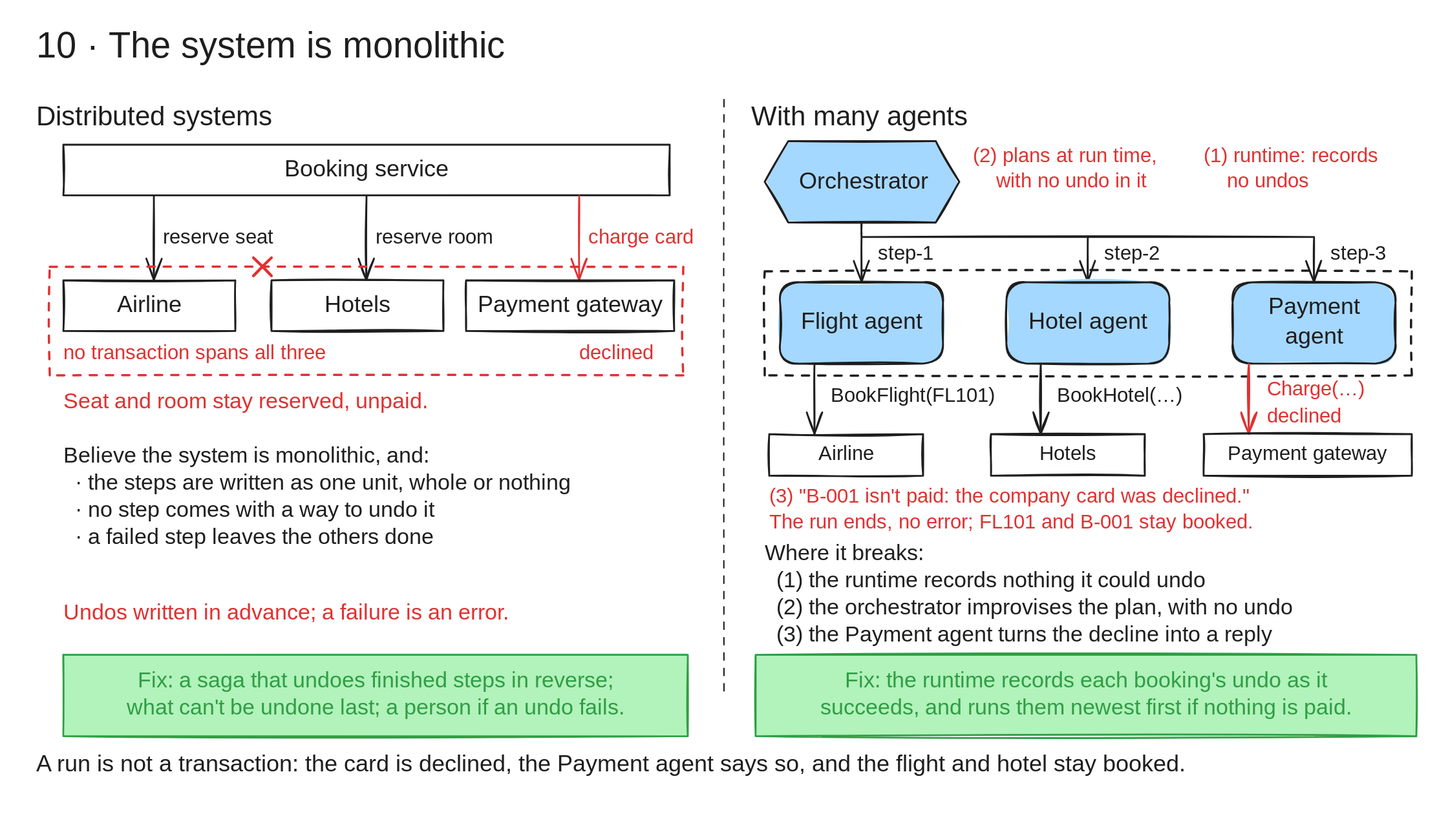
Above: fallacies/10-system-is-monolithic/diagram.excalidraw.svg in cdiazal/fallacies-of-distributed-agents (Excalidraw), before the change. Source tidied: one line per element, renumbered; positions are measured from the earlier drawing's top-left corner, leaving out a move shared by most shapes.
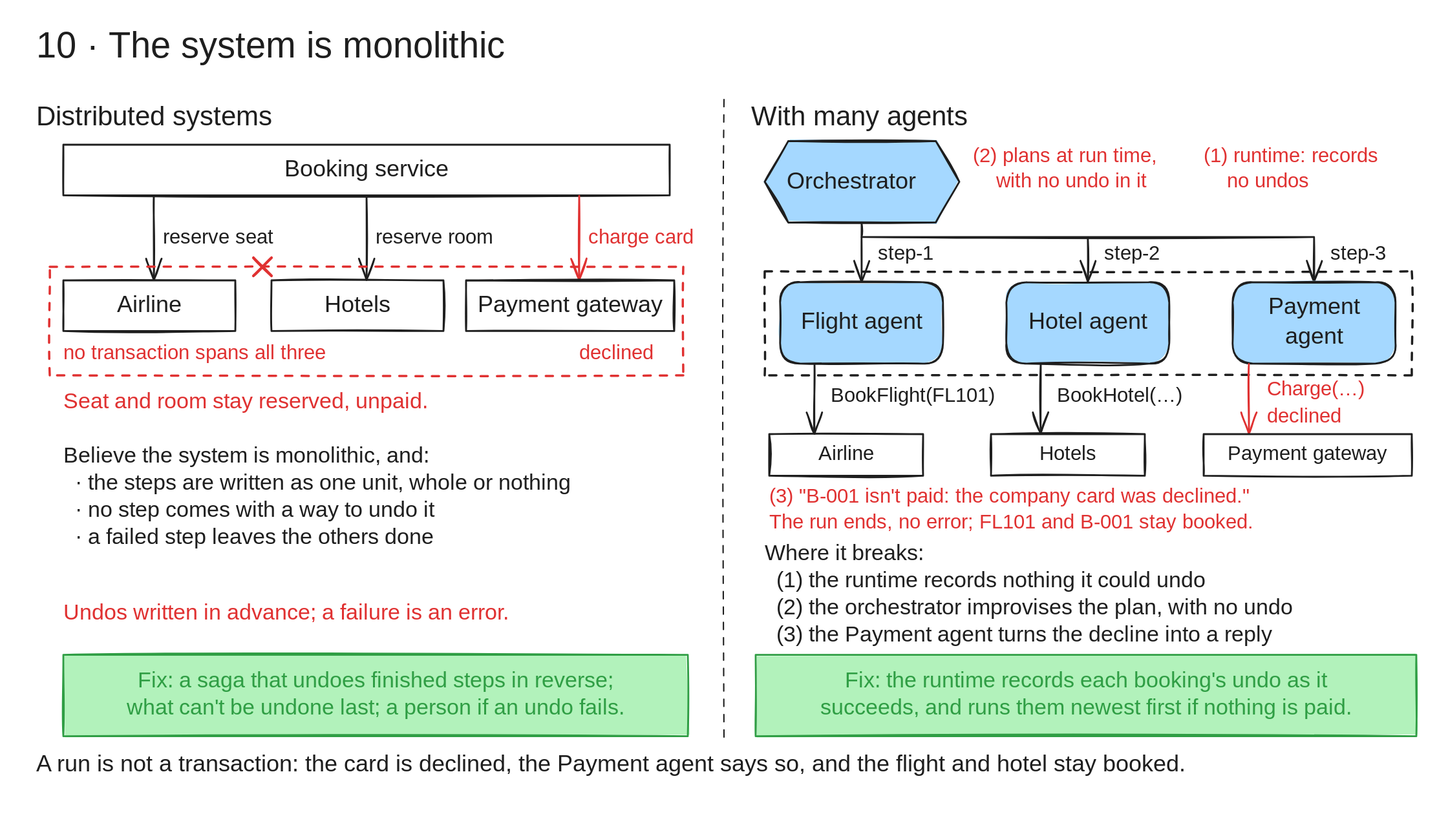
Above is the later version.

Diff of the diagram source:
```diff
@@ -1,8 +1,8 @@
 {"id": 0, "type": "text", "text": "10 · The system is monolithic", "strokeColor": "#1e1e1e", "strokeWidth": 2, "roughness": 1, "fontSize": 40, "fontFamily": 5, "x": 40, "y": 28, "width": 565, "height": 50}
 {"id": 1, "type": "text", "text": "Distributed systems", "strokeColor": "#1e1e1e", "strokeWidth": 2, "roughness": 1, "fontSize": 30, "fontFamily": 5, "x": 40, "y": 112, "width": 297, "height": 38}
 {"id": 2, "type": "text", "text": "With many agents", "strokeColor": "#1e1e1e", "strokeWidth": 2, "roughness": 1, "fontSize": 30, "fontFamily": 5, "x": 830, "y": 112, "width": 256, "height": 38}
-{"id": 3, "type": "line", "strokeColor": "#1e1e1e", "strokeWidth": 1, "strokeStyle": "dashed", "roughness": 1, "x": 800, "y": 110, "width": 0, "height": 660, "points": [[0, 0], [0, 660]]}
+{"id": 3, "type": "line", "strokeColor": "#1e1e1e", "strokeWidth": 1, "strokeStyle": "dashed", "roughness": 1, "x": 800, "y": 110, "width": 0, "height": 705, "points": [[0, 0], [0, 705]]}
-{"id": 4, "type": "text", "text": "A run is not a transaction: the card is declined, the Payment agent says so, and the flight and hotel stay booked.", "strokeColor": "#1e1e1e", "strokeWidth": 2, "roughness": 1, "fontSize": 26, "fontFamily": 5, "x": 40, "y": 830, "width": 1460, "height": 32}
+{"id": 4, "type": "text", "text": "A run is not a transaction: the card is declined, the Payment agent says so, and the flight and hotel stay booked.", "strokeColor": "#1e1e1e", "strokeWidth": 2, "roughness": 1, "fontSize": 26, "fontFamily": 5, "x": 40, "y": 830, "width": 1458, "height": 32}
 {"id": 5, "type": "rectangle", "strokeColor": "#1e1e1e", "strokeWidth": 2, "roughness": 1, "x": 70, "y": 160, "width": 670, "height": 56}
 {"id": 6, "type": "arrow", "strokeColor": "#1e1e1e", "strokeWidth": 2, "roughness": 1, "endArrowhead": "arrow", "x": 170, "y": 216, "width": 0, "height": 93, "points": [[0, 0], [0, 93]]}
 {"id": 7, "type": "arrow", "strokeColor": "#1e1e1e", "strokeWidth": 2, "roughness": 1, "endArrowhead": "arrow", "x": 405, "y": 216, "width": 0, "height": 93, "points": [[0, 0], [0, 93]]}
@@ -20,10 +20,10 @@
 {"id": 19, "type": "text", "text": "declined", "strokeColor": "#e03131", "strokeWidth": 2, "roughness": 1, "fontSize": 22, "fontFamily": 5, "x": 640, "y": 378, "width": 83, "height": 28}
 {"id": 20, "type": "text", "text": "Seat and room stay reserved, unpaid.", "strokeColor": "#e03131", "strokeWidth": 2, "roughness": 1, "fontSize": 24, "fontFamily": 5, "x": 70, "y": 430, "width": 435, "height": 30}
 {"id": 21, "type": "text", "text": "Believe the system is monolithic, and:\n  · the steps are written as one unit, whole or nothing\n  · no step comes with a way to undo it\n  · a failed step leaves the others done", "strokeColor": "#1e1e1e", "strokeWidth": 2, "roughness": 1, "fontSize": 24, "fontFamily": 5, "x": 70, "y": 490, "width": 637, "height": 120}
-{"id": 22, "type": "text", "text": "Undos written in advance; a failure is an error.", "strokeColor": "#e03131", "strokeWidth": 2, "roughness": 1, "fontSize": 24, "fontFamily": 5, "x": 70, "y": 664, "width": 545, "height": 30}
+{"id": 22, "type": "text", "text": "Undos written in advance; a failure is an error.", "strokeColor": "#e03131", "strokeWidth": 2, "roughness": 1, "fontSize": 24, "fontFamily": 5, "x": 70, "y": 664, "width": 542, "height": 30}
 {"id": 23, "type": "rectangle", "strokeColor": "#2f9e44", "backgroundColor": "#b2f2bb", "fillStyle": "solid", "strokeWidth": 2, "roughness": 1, "x": 70, "y": 724, "width": 690, "height": 90}
 {"id": 24, "type": "line", "strokeColor": "#1e1e1e", "backgroundColor": "#a5d8ff", "fillStyle": "solid", "strokeWidth": 2, "roughness": 1, "x": 871, "y": 156, "width": 215, "height": 90, "points": [[0, 0], [163, 0], [189, 45], [163, 90], [0, 90], [-26, 45], [0, 0]]}
-{"id": 25, "type": "text", "text": "Orchestrator", "strokeColor": "#1e1e1e", "strokeWidth": 2, "roughness": 1, "fontSize": 26, "fontFamily": 5, "x": 883, "y": 186, "width": 166, "height": 32}
+{"id": 25, "type": "text", "text": "Orchestrator", "strokeColor": "#1e1e1e", "strokeWidth": 2, "roughness": 1, "fontSize": 26, "fontFamily": 5, "x": 869, "y": 186, "width": 166, "height": 32}
 {"id": 26, "type": "text", "text": "(2) plans at run time,\n    with no undo in it", "strokeColor": "#e03131", "strokeWidth": 2, "roughness": 1, "fontSize": 22, "fontFamily": 5, "x": 1075, "y": 160, "width": 229, "height": 55}
 {"id": 27, "type": "text", "text": "(1) runtime: records\n    no undos", "strokeColor": "#e03131", "strokeWidth": 2, "roughness": 1, "fontSize": 22, "fontFamily": 5, "x": 1330, "y": 160, "width": 207, "height": 55}
 {"id": 28, "type": "line", "strokeColor": "#1e1e1e", "strokeWidth": 2, "roughness": 1, "x": 952, "y": 246, "width": 500, "height": 16, "points": [[0, 0], [0, 16], [500, 16]]}
@@ -38,29 +38,29 @@
 {"id": 37, "type": "rectangle", "strokeColor": "#1e1e1e", "backgroundColor": "#a5d8ff", "fillStyle": "solid", "strokeWidth": 2, "roughness": 1, "round": true, "x": 1112, "y": 312, "width": 180, "height": 90}
 {"id": 38, "type": "rectangle", "strokeColor": "#1e1e1e", "backgroundColor": "#a5d8ff", "fillStyle": "solid", "strokeWidth": 2, "roughness": 1, "round": true, "x": 1362, "y": 312, "width": 180, "height": 90}
 {"id": 39, "type": "arrow", "strokeColor": "#1e1e1e", "strokeWidth": 2, "roughness": 1, "endArrowhead": "arrow", "x": 900, "y": 402, "width": 0, "height": 77, "points": [[0, 0], [0, 77]]}
-{"id": 40, "type": "text", "text": "BookFlight(FL101)", "strokeColor": "#1e1e1e", "strokeWidth": 2, "roughness": 1, "fontSize": 22, "fontFamily": 8, "x": 918, "y": 425, "width": 206, "height": 28}
+{"id": 40, "type": "text", "text": "BookFlight(FL101)", "strokeColor": "#1e1e1e", "strokeWidth": 2, "roughness": 1, "fontSize": 22, "fontFamily": 8, "x": 918, "y": 425, "width": 195, "height": 28}
 {"id": 41, "type": "arrow", "strokeColor": "#1e1e1e", "strokeWidth": 2, "roughness": 1, "endArrowhead": "arrow", "x": 1150, "y": 402, "width": 0, "height": 77, "points": [[0, 0], [0, 77]]}
-{"id": 42, "type": "text", "text": "BookHotel(…)", "strokeColor": "#1e1e1e", "strokeWidth": 2, "roughness": 1, "fontSize": 22, "fontFamily": 8, "x": 1168, "y": 425, "width": 145, "height": 28}
+{"id": 42, "type": "text", "text": "BookHotel(…)", "strokeColor": "#1e1e1e", "strokeWidth": 2, "roughness": 1, "fontSize": 22, "fontFamily": 8, "x": 1168, "y": 425, "width": 141, "height": 28}
 {"id": 43, "type": "arrow", "strokeColor": "#e03131", "strokeWidth": 2, "roughness": 1, "endArrowhead": "arrow", "x": 1380, "y": 402, "width": 0, "height": 77, "points": [[0, 0], [0, 77]]}
-{"id": 44, "type": "text", "text": "Charge(…)", "strokeColor": "#e03131", "strokeWidth": 2, "roughness": 1, "fontSize": 22, "fontFamily": 8, "x": 1400, "y": 418, "width": 109, "height": 28}
+{"id": 44, "type": "text", "text": "Charge(…)", "strokeColor": "#e03131", "strokeWidth": 2, "roughness": 1, "fontSize": 22, "fontFamily": 8, "x": 1400, "y": 418, "width": 98, "height": 28}
 {"id": 45, "type": "text", "text": "declined", "strokeColor": "#e03131", "strokeWidth": 2, "roughness": 1, "fontSize": 22, "fontFamily": 5, "x": 1400, "y": 448, "width": 83, "height": 28}
 {"id": 46, "type": "rectangle", "strokeColor": "#1e1e1e", "strokeWidth": 2, "roughness": 1, "x": 850, "y": 480, "width": 170, "height": 46}
 {"id": 47, "type": "rectangle", "strokeColor": "#1e1e1e", "strokeWidth": 2, "roughness": 1, "x": 1095, "y": 480, "width": 170, "height": 46}
 {"id": 48, "type": "rectangle", "strokeColor": "#1e1e1e", "strokeWidth": 2, "roughness": 1, "x": 1330, "y": 480, "width": 230, "height": 46}
 {"id": 49, "type": "text", "text": "(3) \"B-001 isn't paid: the company card was declined.\"", "strokeColor": "#e03131", "strokeWidth": 2, "roughness": 1, "fontSize": 22, "fontFamily": 5, "x": 850, "y": 536, "width": 574, "height": 28}
-{"id": 50, "type": "text", "text": "The run ends, no error; FL101 and B-001 stay booked.", "strokeColor": "#e03131", "strokeWidth": 2, "roughness": 1, "fontSize": 22, "fontFamily": 5, "x": 850, "y": 565, "width": 585, "height": 28}
+{"id": 50, "type": "text", "text": "The run ends, no error; FL101 and B-001 stay booked.", "strokeColor": "#e03131", "strokeWidth": 2, "roughness": 1, "fontSize": 22, "fontFamily": 5, "x": 850, "y": 565, "width": 583, "height": 28}
 {"id": 51, "type": "text", "text": "Where it breaks:\n  (1) the runtime records nothing it could undo\n  (2) the orchestrator improvises the plan, with no undo\n  (3) the Payment agent turns the decline into a reply", "strokeColor": "#1e1e1e", "strokeWidth": 2, "roughness": 1, "fontSize": 24, "fontFamily": 5, "x": 845, "y": 598, "width": 660, "height": 120}
 {"id": 52, "type": "rectangle", "strokeColor": "#2f9e44", "backgroundColor": "#b2f2bb", "fillStyle": "solid", "strokeWidth": 2, "roughness": 1, "x": 835, "y": 724, "width": 730, "height": 90}
 {"id": 53, "type": "frame", "strokeColor": "#1e1e1e", "strokeWidth": 2, "roughness": 1, "x": 0, "y": 0, "width": 1600, "height": 900}
 {"id": 54, "type": "text", "text": "Booking service", "strokeColor": "#1e1e1e", "strokeWidth": 2, "roughness": 1, "fontSize": 26, "fontFamily": 5, "textAlign": "center", "verticalAlign": "middle", "inside": 5, "x": 307, "y": 172, "width": 196, "height": 32}
-{"id": 55, "type": "text", "text": "Airline", "strokeColor": "#1e1e1e", "strokeWidth": 2, "roughness": 1, "fontSize": 26, "fontFamily": 5, "textAlign": "center", "verticalAlign": "middle", "inside": 15, "x": 128, "y": 322, "width": 74, "height": 32}
-{"id": 56, "type": "text", "text": "Hotels", "strokeColor": "#1e1e1e", "strokeWidth": 2, "roughness": 1, "fontSize": 26, "fontFamily": 5, "textAlign": "center", "verticalAlign": "middle", "inside": 16, "x": 356, "y": 322, "width": 79, "height": 32}
-{"id": 57, "type": "text", "text": "Payment gateway", "strokeColor": "#1e1e1e", "strokeWidth": 2, "roughness": 1, "fontSize": 26, "fontFamily": 5, "textAlign": "center", "verticalAlign": "middle", "inside": 17, "x": 520, "y": 322, "width": 219, "height": 32}
+{"id": 66, "type": "text", "text": "Airline", "strokeColor": "#1e1e1e", "strokeWidth": 2, "roughness": 1, "fontSize": 26, "fontFamily": 5, "textAlign": "center", "verticalAlign": "middle", "inside": 15, "x": 128, "y": 322, "width": 74, "height": 32}
+{"id": 67, "type": "text", "text": "Hotels", "strokeColor": "#1e1e1e", "strokeWidth": 2, "roughness": 1, "fontSize": 26, "fontFamily": 5, "textAlign": "center", "verticalAlign": "middle", "inside": 16, "x": 354, "y": 322, "width": 82, "height": 32}
+{"id": 68, "type": "text", "text": "Payment gateway", "strokeColor": "#1e1e1e", "strokeWidth": 2, "roughness": 1, "fontSize": 26, "fontFamily": 5, "textAlign": "center", "verticalAlign": "middle", "inside": 17, "x": 522, "y": 322, "width": 217, "height": 32}
-{"id": 58, "type": "text", "text": "Fix: a saga that undoes finished steps in reverse;\nwhat can't be undone last; a person if an undo fails.", "strokeColor": "#2f9e44", "strokeWidth": 2, "roughness": 1, "fontSize": 24, "fontFamily": 5, "textAlign": "center", "verticalAlign": "middle", "inside": 23, "x": 108, "y": 739, "width": 615, "height": 60}
+{"id": 58, "type": "text", "text": "Fix: a saga that undoes finished steps in reverse;\nwhat can't be undone last; a person if an undo fails.", "strokeColor": "#2f9e44", "strokeWidth": 2, "roughness": 1, "fontSize": 24, "fontFamily": 5, "textAlign": "center", "verticalAlign": "middle", "inside": 23, "x": 109, "y": 739, "width": 613, "height": 60}
 {"id": 59, "type": "text", "text": "Flight agent", "strokeColor": "#1e1e1e", "strokeWidth": 2, "roughness": 1, "fontSize": 26, "fontFamily": 5, "textAlign": "center", "verticalAlign": "middle", "inside": 36, "x": 875, "y": 341, "width": 155, "height": 32}
-{"id": 60, "type": "text", "text": "Hotel agent", "strokeColor": "#1e1e1e", "strokeWidth": 2, "roughness": 1, "fontSize": 26, "fontFamily": 5, "textAlign": "center", "verticalAlign": "middle", "inside": 37, "x": 1129, "y": 341, "width": 147, "height": 32}
+{"id": 60, "type": "text", "text": "Hotel agent", "strokeColor": "#1e1e1e", "strokeWidth": 2, "roughness": 1, "fontSize": 26, "fontFamily": 5, "textAlign": "center", "verticalAlign": "middle", "inside": 37, "x": 1127, "y": 341, "width": 150, "height": 32}
-{"id": 61, "type": "text", "text": "Payment\nagent", "strokeColor": "#1e1e1e", "strokeWidth": 2, "roughness": 1, "fontSize": 26, "fontFamily": 5, "textAlign": "center", "verticalAlign": "middle", "inside": 38, "x": 1399, "y": 324, "width": 105, "height": 65}
+{"id": 61, "type": "text", "text": "Payment\nagent", "strokeColor": "#1e1e1e", "strokeWidth": 2, "roughness": 1, "fontSize": 26, "fontFamily": 5, "textAlign": "center", "verticalAlign": "middle", "inside": 38, "x": 1401, "y": 324, "width": 103, "height": 65}
-{"id": 62, "type": "text", "text": "Airline", "strokeColor": "#1e1e1e", "strokeWidth": 2, "roughness": 1, "fontSize": 22, "fontFamily": 5, "textAlign": "center", "verticalAlign": "middle", "inside": 46, "x": 903, "y": 489, "width": 63, "height": 28}
-{"id": 63, "type": "text", "text": "Hotels", "strokeColor": "#1e1e1e", "strokeWidth": 2, "roughness": 1, "fontSize": 22, "fontFamily": 5, "textAlign": "center", "verticalAlign": "middle", "inside": 47, "x": 1147, "y": 489, "width": 67, "height": 28}
-{"id": 64, "type": "text", "text": "Payment gateway", "strokeColor": "#1e1e1e", "strokeWidth": 2, "roughness": 1, "fontSize": 22, "fontFamily": 5, "textAlign": "center", "verticalAlign": "middle", "inside": 48, "x": 1352, "y": 489, "width": 186, "height": 28}
+{"id": 69, "type": "text", "text": "Airline", "strokeColor": "#1e1e1e", "strokeWidth": 2, "roughness": 1, "fontSize": 22, "fontFamily": 5, "textAlign": "center", "verticalAlign": "middle", "inside": 46, "x": 903, "y": 489, "width": 63, "height": 28}
+{"id": 70, "type": "text", "text": "Hotels", "strokeColor": "#1e1e1e", "strokeWidth": 2, "roughness": 1, "fontSize": 22, "fontFamily": 5, "textAlign": "center", "verticalAlign": "middle", "inside": 47, "x": 1145, "y": 489, "width": 70, "height": 28}
+{"id": 71, "type": "text", "text": "Payment gateway", "strokeColor": "#1e1e1e", "strokeWidth": 2, "roughness": 1, "fontSize": 22, "fontFamily": 5, "textAlign": "center", "verticalAlign": "middle", "inside": 48, "x": 1353, "y": 489, "width": 183, "height": 28}
 {"id": 65, "type": "text", "text": "Fix: the runtime records each booking's undo as it\nsucceeds, and runs them newest first if nothing is paid.", "strokeColor": "#2f9e44", "strokeWidth": 2, "roughness": 1, "fontSize": 24, "fontFamily": 5, "textAlign": "center", "verticalAlign": "middle", "inside": 52, "x": 874, "y": 739, "width": 653, "height": 60}
```
